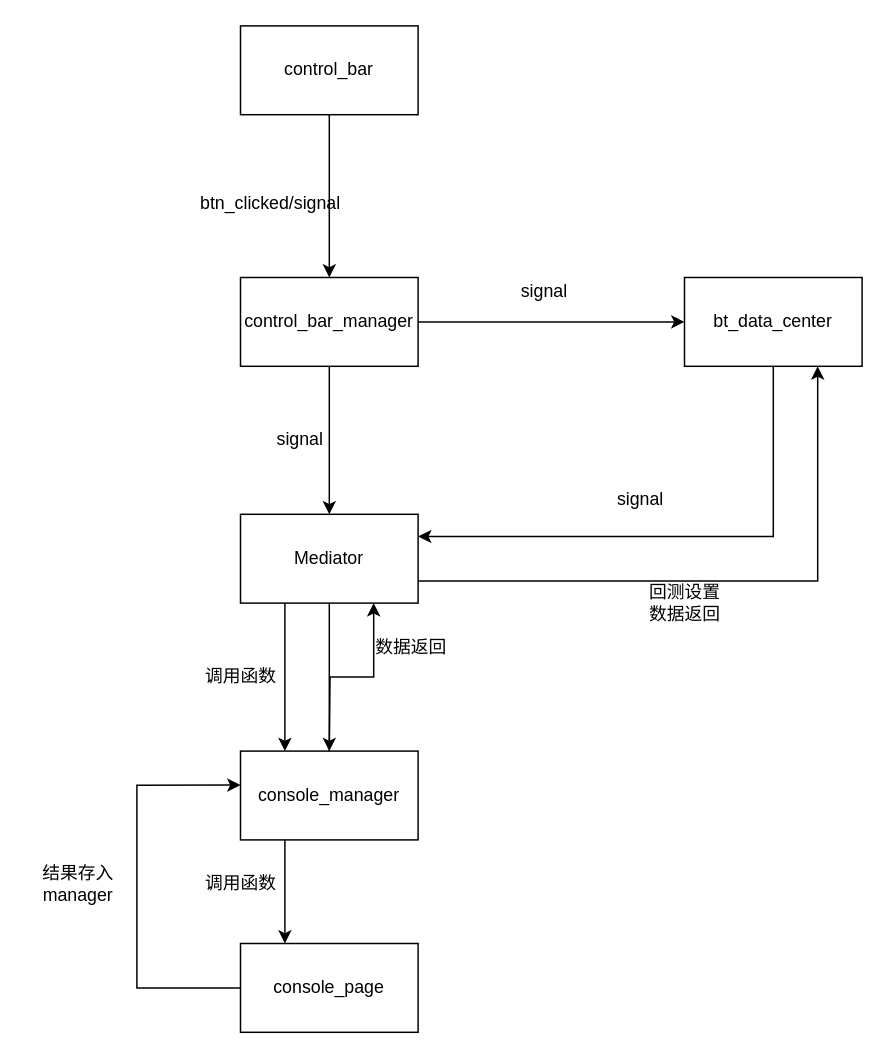
Before: 未命名绘图.drawio in Gaobo-Hp1/draw.io.picture, a draw.io diagram. Source tidied: cells renumbered, new cells numbered last; positions are measured from the earlier drawing's top-left corner, leaving out a move shared by most shapes. Both pictures are drawn from the tidied source at 148%, with x=0, y=0 at pixel (25, 25).
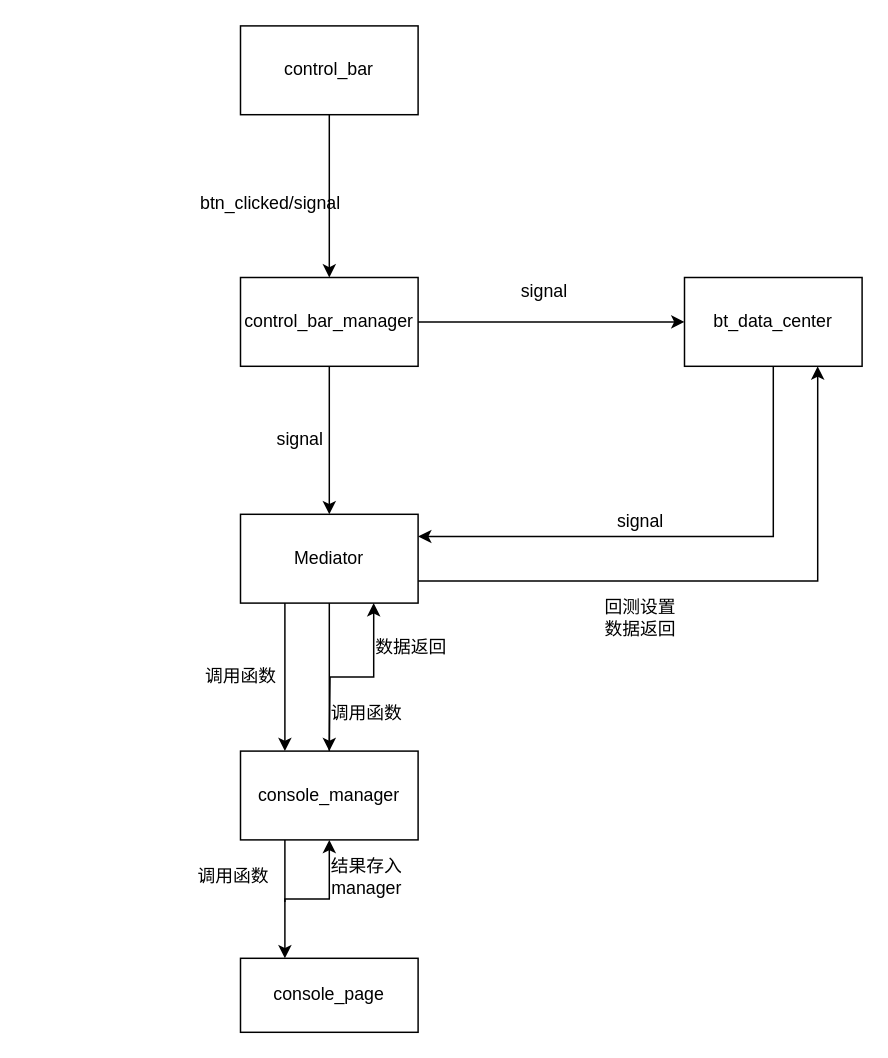
Above is the later version.

Commit message:
更新未命名绘图.drawio

Unchanged cells that the change refers to:
```xml
<mxCell id="13" value="console_manager" style="rounded=0;whiteSpace=wrap;html=1;" parent="1" vertex="1">
  <mxGeometry x="145" y="490" width="120" height="60" as="geometry" />
</mxCell>
```

The edit, as a diff of the source:
```diff
@@
-    <mxCell id="14" style="edgeStyle=orthogonalEdgeStyle;rounded=0;jettySize=auto;html=1;exitX=0;exitY=0.5;exitDx=0;exitDy=0;entryX=0;entryY=0.383;entryDx=0;entryDy=0;entryPerimeter=0;" parent="1" edge="1" source="15" target="13">
-      <mxGeometry relative="1" as="geometry">
-        <Array as="points">
-          <mxPoint x="75" y="650" />
-          <mxPoint x="75" y="513" />
-        </Array>
-      </mxGeometry>
-    </mxCell>
+    <mxCell id="27" style="edgeStyle=orthogonalEdgeStyle;rounded=0;jettySize=auto;html=1;entryX=0.5;entryY=1;entryDx=0;entryDy=0;" parent="1" edge="1" target="13">
+      <mxGeometry relative="1" as="geometry">
+        <mxPoint x="175" y="592" as="sourcePoint" />
+        <Array as="points">
+          <mxPoint x="175" y="590" />
+          <mxPoint x="205" y="590" />
+        </Array>
+      </mxGeometry>
+    </mxCell>
     <mxCell id="15" value="console_page" style="rounded=0;whiteSpace=wrap;html=1;" parent="1" vertex="1">
-      <mxGeometry x="145" y="620" width="120" height="60" as="geometry" />
+      <mxGeometry x="145" y="630" width="120" height="50" as="geometry" />
     </mxCell>
@@
     <mxCell id="22" value="调用函数" style="text;html=1;align=center;verticalAlign=middle;strokeColor=none;fillColor=none;" parent="1" vertex="1">
-      <mxGeometry x="110" y="565" width="70" height="30" as="geometry" />
+      <mxGeometry x="105" y="560" width="70" height="30" as="geometry" />
     </mxCell>
     <mxCell id="23" value="结果存入&lt;br&gt;manager" style="text;html=1;align=center;verticalAlign=middle;strokeColor=none;fillColor=none;" parent="1" vertex="1">
-      <mxGeometry y="560" width="70" height="40" as="geometry" />
+      <mxGeometry x="195" y="555" width="70" height="40" as="geometry" />
     </mxCell>
     <mxCell id="24" value="signal" style="text;html=1;align=center;verticalAlign=middle;strokeColor=none;fillColor=none;" parent="1" vertex="1">
-      <mxGeometry x="390" y="305" width="50" height="30" as="geometry" />
+      <mxGeometry x="390" y="320" width="50" height="30" as="geometry" />
     </mxCell>
@@
     <mxCell id="26" value="回测设置&lt;br&gt;数据返回" style="text;html=1;align=center;verticalAlign=middle;strokeColor=none;fillColor=none;" parent="1" vertex="1">
-      <mxGeometry x="410" y="370" width="70" height="40" as="geometry" />
+      <mxGeometry x="380" y="380" width="70" height="40" as="geometry" />
     </mxCell>
+    <mxCell id="28" value="调用函数" style="text;html=1;align=center;verticalAlign=middle;strokeColor=none;fillColor=none;" parent="1" vertex="1">
+      <mxGeometry x="195" y="450" width="70" height="30" as="geometry" />
+    </mxCell>
```
